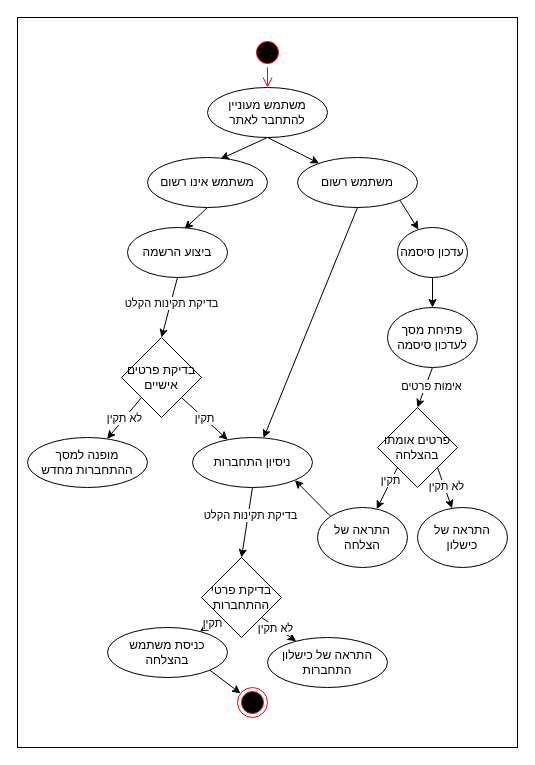
roei910/my-stocks keeps this draw.io diagram as oop course/draws/activity/userConnection.drawio. Above is the earlier version. Source tidied: cells renumbered, new cells numbered last; positions are measured from the earlier drawing's top-left corner, leaving out a move shared by most shapes. Both pictures are drawn from the tidied source at 100%, with x=0, y=0 at pixel (17, 17).
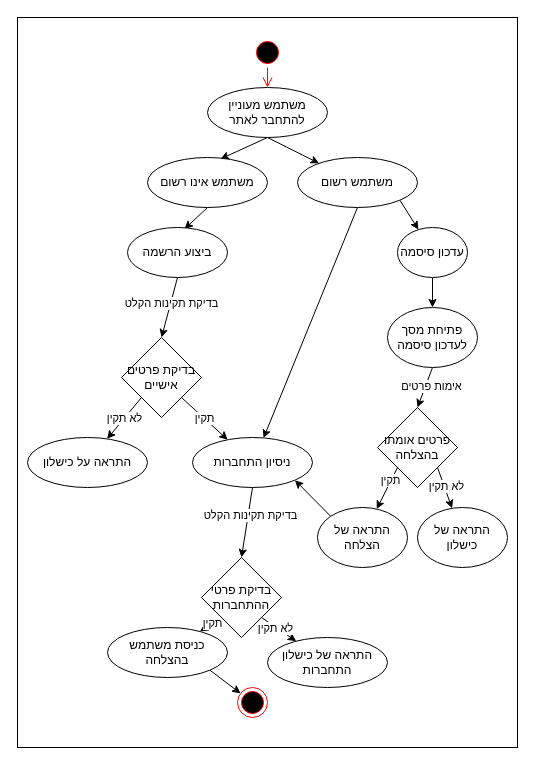
The same page after the edit.

Change to the diagram source:
```diff
@@
-    <mxCell id="36" value="מופנה למסך ההתחברות מחדש" style="ellipse;whiteSpace=wrap;html=1;" parent="1" vertex="1">
+    <mxCell id="36" value="התראה על כישלון" style="ellipse;whiteSpace=wrap;html=1;" parent="1" vertex="1">
       <mxGeometry x="10" y="420" width="120" height="50" as="geometry" />
     </mxCell>
```
